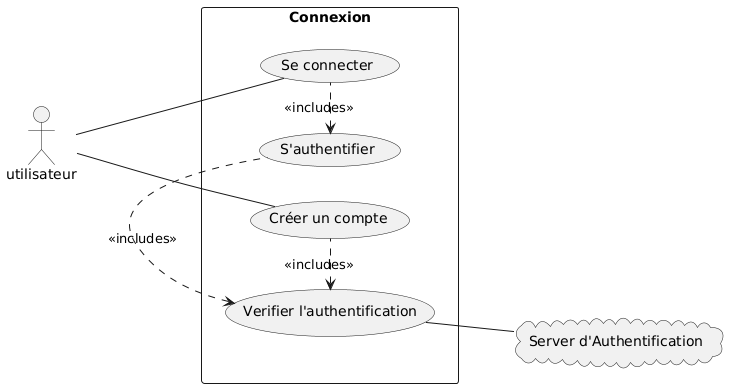
Earlier version of the PlantUML export SRD-DOC/uml/usescase/system-besoins-fonctionnels/system-besoins-fonctionnels.png (ulb-info2-group5/Royal-Blocks).
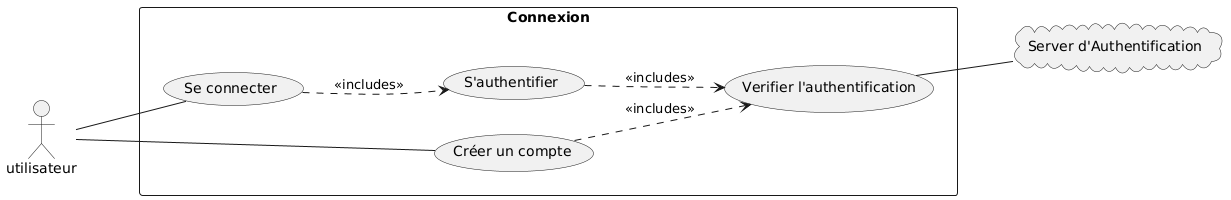
The same diagram one commit later.

Commit message:
fixing diagram for system-besoins-fonctionnels

The edit, as a diff of the source:
```diff
@@ -3,23 +3,25 @@
 left to right direction
 actor "utilisateur" as user
 
-cloud "Server d'Authentification" as check_auth_server
+together {
+    cloud "Server d'Authentification" as check_auth_server
 
-rectangle "Connexion" as connection {
-    usecase "Se connecter" as signin
-    usecase "Créer un compte" as create_account
-    usecase "S'authentifier" as authentify
+    rectangle "Connexion" as connection {
+        usecase "Se connecter" as signin
+        usecase "S'authentifier" as authentify
+        usecase "Créer un compte" as create_account
 
-    usecase "Verifier l'authentification" as check_auth
+        usecase "Verifier l'authentification" as check_auth
+    }
 }
 
 user -- signin
 user -- create_account
 check_auth -- check_auth_server
 
-(connection) --[hidden]> (check_auth_server)
-(authentify) <. (signin): <<includes>>
-(check_auth) <. (create_account): <<includes>>
-(check_auth) <. (authentify): <<includes>>
+(connection) -[hidden]> (check_auth_server)
+(signin) .-> (authentify): <<includes>>
+(create_account) .-> (check_auth): <<includes>>
+(authentify) .-> (check_auth): <<includes>>
 
 @enduml
```
